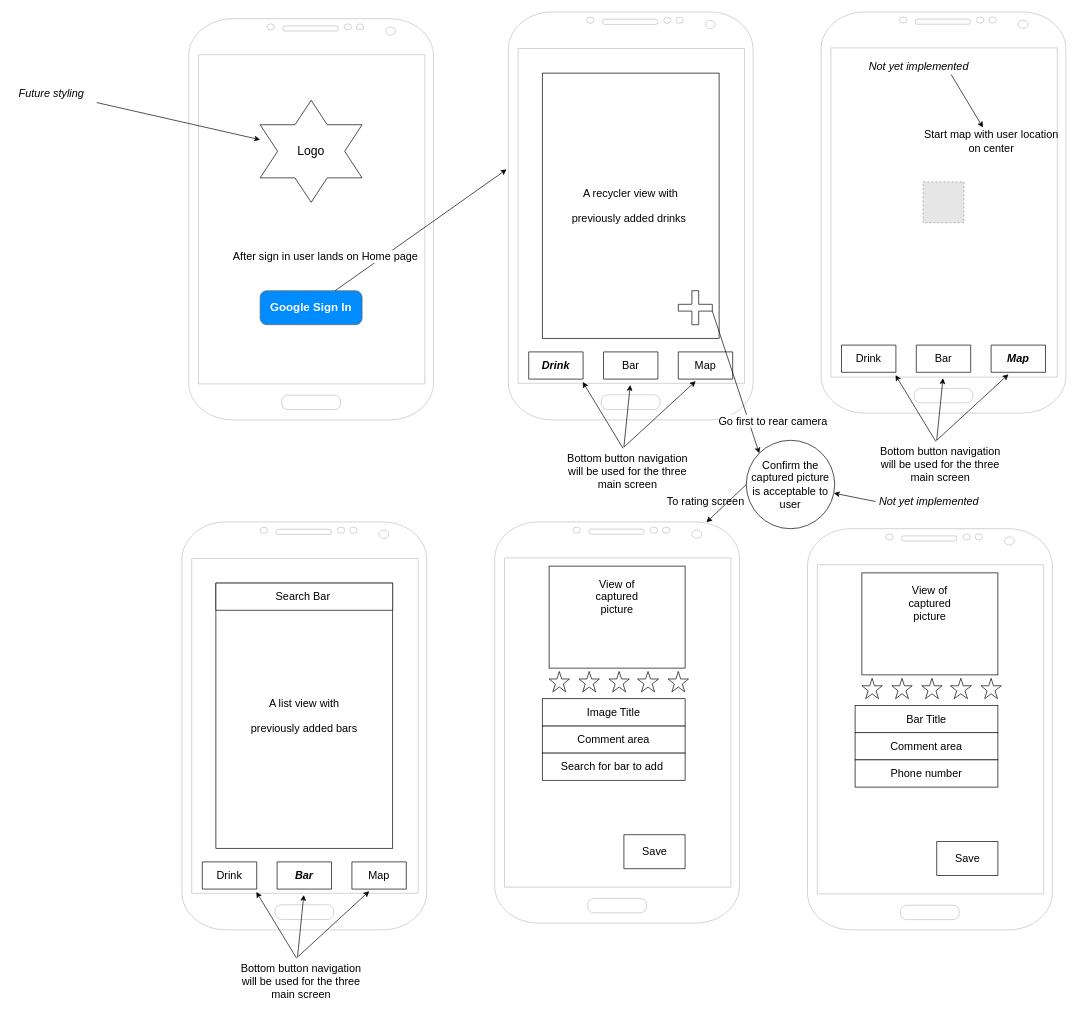
Above: docs/img/drawio/wireframe.drawio in tnordquist/personal-android-project-rbrazell1 (draw.io), before the change. Source tidied: cells renumbered, new cells numbered last; positions are measured from the earlier drawing's top-left corner, leaving out a move shared by most shapes. Both pictures are drawn from the tidied source at 68%, with x=0, y=0 at pixel (12, 12). Pictures stored in the file or linked from it are replaced by grey dashed boxes.
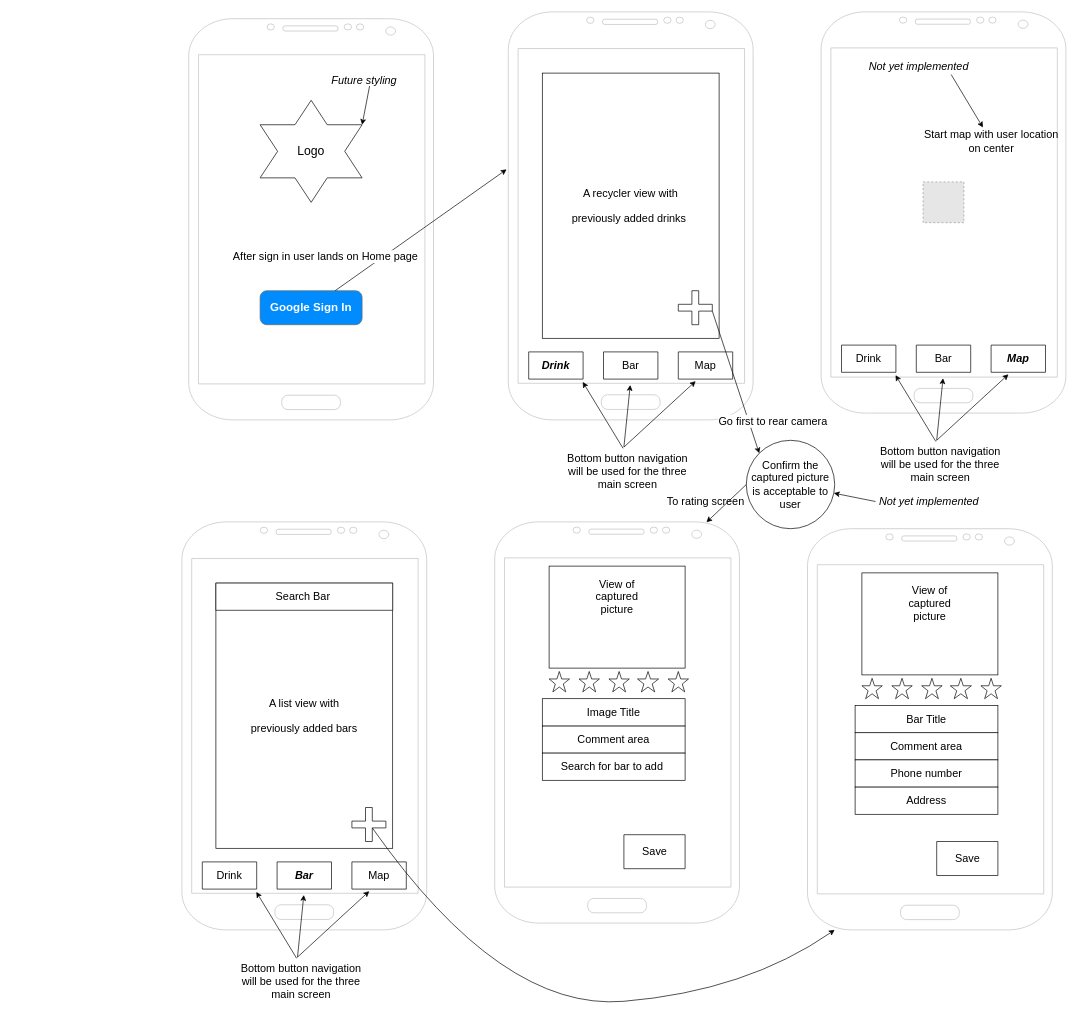
The same page after the edit.

The change refers to these unchanged cells:
```xml
<mxCell id="28" style="verticalLabelPosition=bottom;verticalAlign=top;html=1;shape=mxgraph.basic.6_point_star;direction=south;" parent="1" vertex="1">
  <mxGeometry x="365" y="130" width="150" height="150" as="geometry" />
</mxCell>
<mxCell id="58" style="group;" parent="1" vertex="1">
  <mxGeometry x="250" y="750" width="360" height="700" as="geometry" />
</mxCell>
<mxCell id="75" style="verticalLabelPosition=bottom;verticalAlign=top;html=1;shadow=0;dashed=0;strokeWidth=1;shape=mxgraph.android.phone2;strokeColor=#c0c0c0;" parent="1" vertex="1">
  <mxGeometry x="1170" y="760" width="360" height="590" as="geometry" />
</mxCell>
```

Diff of the diagram source:
```diff
@@
     <mxCell id="34" value="&lt;font style=&quot;font-size: 16px&quot;&gt;&lt;i&gt;Future styling&amp;nbsp;&lt;/i&gt;&lt;/font&gt;" style="text;html=1;align=center;verticalAlign=middle;points=[];" parent="1" vertex="1">
-      <mxGeometry y="110" width="120" height="20" as="geometry" />
+      <mxGeometry x="460" y="90" width="120" height="20" as="geometry" />
     </mxCell>
-    <mxCell id="35" style="endArrow=classic;html=1;exitX=1.039;exitY=1.166;exitDx=0;exitDy=0;exitPerimeter=0;" parent="1" edge="1" source="34" target="28">
+    <mxCell id="35" style="endArrow=classic;html=1;exitX=0.55;exitY=0.95;exitDx=0;exitDy=0;exitPerimeter=0;entryX=0.24;entryY=0;entryDx=0;entryDy=0;entryPerimeter=0;" parent="1" edge="1" source="34" target="28">
       <mxGeometry relative="1" as="geometry" />
     </mxCell>
@@
+    <mxCell id="89" style="shape=cross;whiteSpace=wrap;html=1;" parent="58" vertex="1">
+      <mxGeometry x="250" y="420" width="50" height="50" as="geometry" />
+    </mxCell>
@@
+    <mxCell id="90" value="&lt;font style=&quot;font-size: 16px&quot;&gt;Address&lt;/font&gt;" style="rounded=0;whiteSpace=wrap;html=1;" parent="1" vertex="1">
+      <mxGeometry x="1240" y="1140" width="210" height="40" as="geometry" />
+    </mxCell>
+    <mxCell id="91" style="curved=1;endArrow=classic;html=1;exitX=0;exitY=0;exitDx=30;exitDy=30;exitPerimeter=0;entryX=0.111;entryY=1;entryDx=0;entryDy=0;entryPerimeter=0;" parent="1" edge="1" source="89" target="75">
+      <mxGeometry relative="1" as="geometry">
+        <Array as="points">
+          <mxPoint x="720" y="1470" />
+          <mxPoint x="1080" y="1440" />
+        </Array>
+      </mxGeometry>
+    </mxCell>
```
